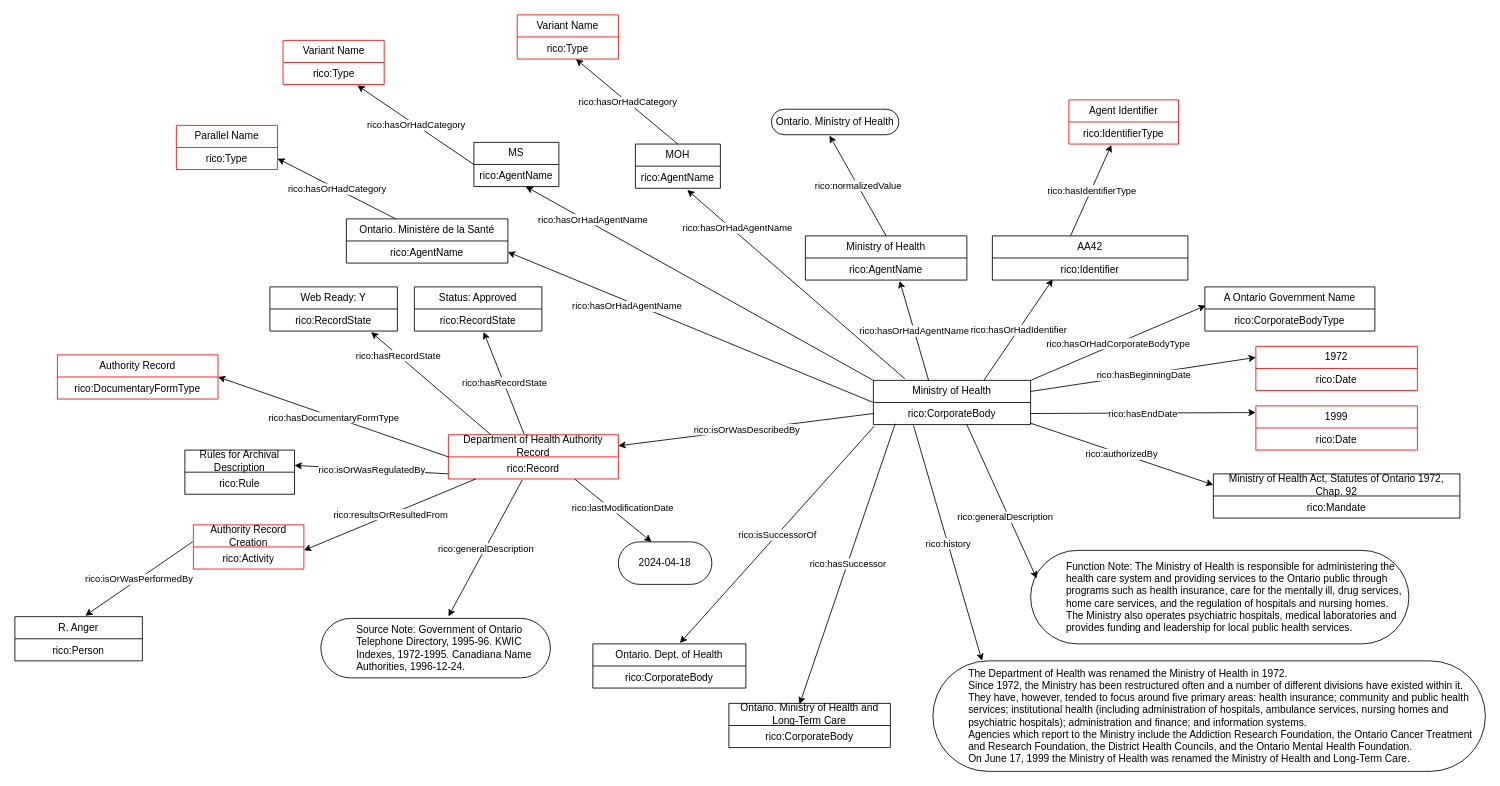
Above: gbad/AA/42/AA42 Ministry of Health.drawio in williamsonrichard/records_in_contexts_draw_io_parser (draw.io), before the change. Source tidied: cells renumbered, new cells numbered last; positions are measured from the earlier drawing's top-left corner, leaving out a move shared by most shapes. Both pictures are drawn from the tidied source at 85%, with x=0, y=0 at pixel (14, 14).
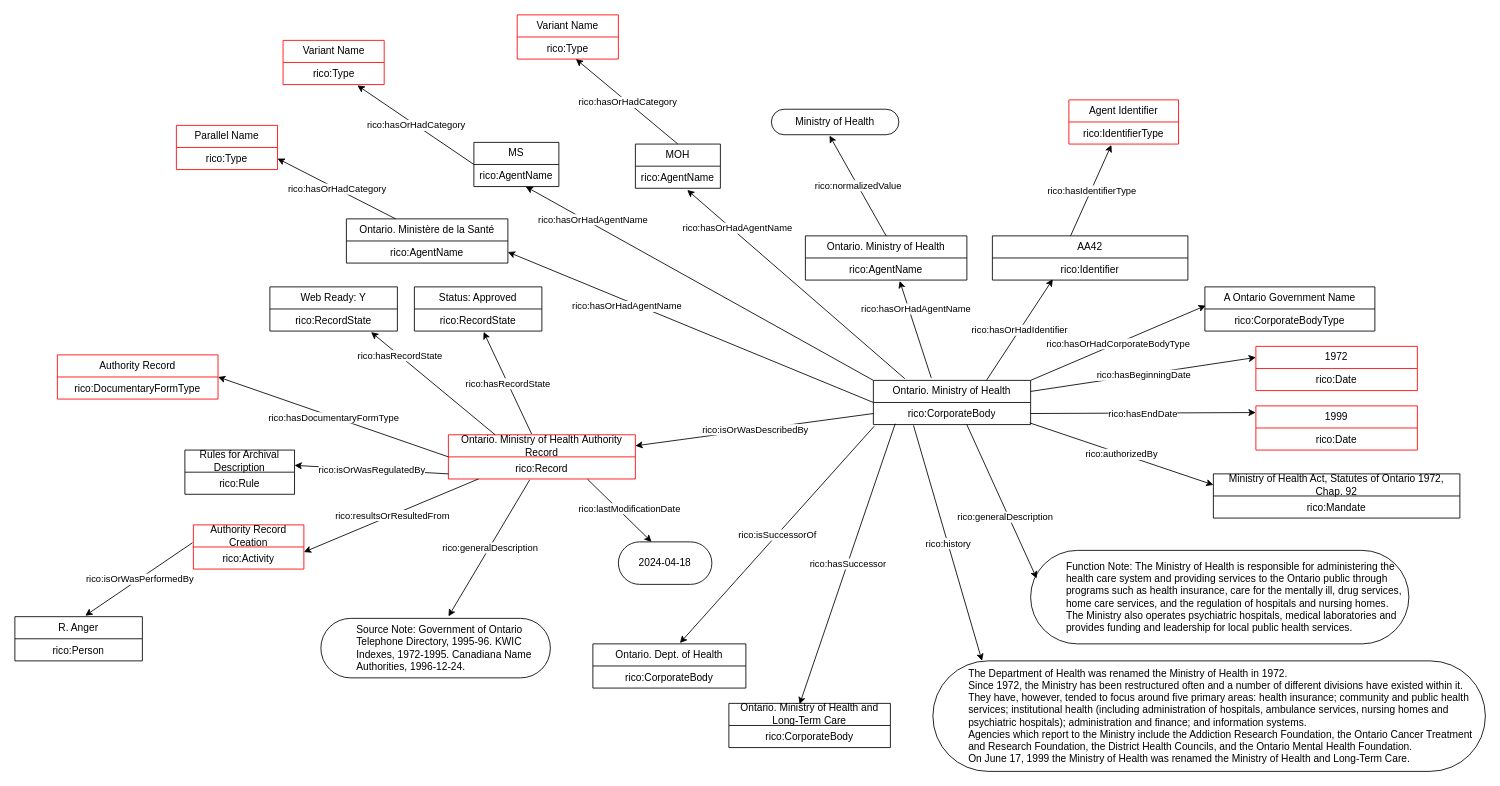
Above is the later version.

The change refers to these unchanged cells:
```xml
<mxCell id="6" value="rico:Identifier&lt;div&gt;&lt;br&gt;&lt;/div&gt;" style="text;strokeColor=none;fillColor=none;align=center;verticalAlign=top;spacingLeft=4;spacingRight=4;overflow=hidden;points=[[0,0.5],[1,0.5]];portConstraint=eastwest;whiteSpace=wrap;html=1;" parent="5" vertex="1">
  <mxGeometry y="26" width="230" height="26" as="geometry" />
</mxCell>
<mxCell id="14" value="rico:AgentName&lt;div&gt;&lt;br&gt;&lt;/div&gt;" style="text;strokeColor=none;fillColor=none;align=center;verticalAlign=top;spacingLeft=4;spacingRight=4;overflow=hidden;points=[[0,0.5],[1,0.5]];portConstraint=eastwest;whiteSpace=wrap;html=1;" parent="13" vertex="1">
  <mxGeometry y="26" width="190" height="26" as="geometry" />
</mxCell>
<mxCell id="42" value="Rules for Archival Description" style="swimlane;fontStyle=0;horizontal=1;startSize=26;fillColor=none;whiteSpace=wrap;html=1;" parent="1" vertex="1">
  <mxGeometry x="200" y="512" width="129" height="52" as="geometry" />
</mxCell>
<mxCell id="47" value="rico:Activity" style="text;strokeColor=none;fillColor=none;align=center;verticalAlign=top;spacingLeft=4;spacingRight=4;overflow=hidden;points=[[0,0.5],[1,0.5]];portConstraint=eastwest;whiteSpace=wrap;html=1;" parent="46" vertex="1">
  <mxGeometry y="26" width="130" height="26" as="geometry" />
</mxCell>
<mxCell id="50" value="R. Anger" style="swimlane;fontStyle=0;horizontal=1;startSize=26;fillColor=none;whiteSpace=wrap;html=1;" parent="1" vertex="1">
  <mxGeometry y="708" width="150" height="52" as="geometry" />
</mxCell>
```

What changed in the source:
```diff
@@
-    <mxCell id="4" value="Ontario. Ministry of Health" style="html=1;whiteSpace=wrap;rounded=1;arcSize=50;strokeColor=#000000;" parent="1" vertex="1">
+    <mxCell id="4" value="Ministry of Health" style="html=1;whiteSpace=wrap;rounded=1;arcSize=50;strokeColor=#000000;" parent="1" vertex="1">
       <mxGeometry x="890" y="111" width="150" height="30" as="geometry" />
     </mxCell>
@@
-    <mxCell id="7" style="endArrow=classic;html=1;rounded=0;entryX=0.309;entryY=0.962;entryDx=0;entryDy=0;entryPerimeter=0;" parent="1" edge="1" target="6">
-      <mxGeometry relative="1" as="geometry">
-        <mxPoint x="1140" y="430" as="sourcePoint" />
-      </mxGeometry>
+    <mxCell id="7" style="endArrow=classic;html=1;rounded=0;entryX=0.309;entryY=0.962;entryDx=0;entryDy=0;entryPerimeter=0;exitX=0.719;exitY=0;exitDx=0;exitDy=0;exitPerimeter=0;" parent="1" edge="1" source="66" target="6">
+      <mxGeometry relative="1" as="geometry" />
     </mxCell>
@@
-    <mxCell id="13" value="Ministry of Health" style="swimlane;fontStyle=0;horizontal=1;startSize=26;fillColor=none;whiteSpace=wrap;html=1;strokeColor=#000000;" parent="1" vertex="1">
+    <mxCell id="13" value="Ontario. Ministry of Health" style="swimlane;fontStyle=0;horizontal=1;startSize=26;fillColor=none;whiteSpace=wrap;html=1;strokeColor=#000000;" parent="1" vertex="1">
       <mxGeometry x="930" y="260" width="190" height="52" as="geometry" />
     </mxCell>
@@
-    <mxCell id="15" style="endArrow=classic;html=1;rounded=0;exitX=0.25;exitY=0;exitDx=0;exitDy=0;entryX=0.584;entryY=1.038;entryDx=0;entryDy=0;entryPerimeter=0;" parent="1" edge="1" target="14">
-      <mxGeometry relative="1" as="geometry">
-        <mxPoint x="1075" y="430" as="sourcePoint" />
-      </mxGeometry>
+    <mxCell id="15" style="endArrow=classic;html=1;rounded=0;entryX=0.584;entryY=1.038;entryDx=0;entryDy=0;entryPerimeter=0;exitX=0.368;exitY=-0.058;exitDx=0;exitDy=0;exitPerimeter=0;" parent="1" edge="1" source="66" target="14">
+      <mxGeometry relative="1" as="geometry" />
     </mxCell>
     <mxCell id="16" value="rico:hasOrHadAgentName" style="edgeLabel;html=1;align=center;verticalAlign=middle;" parent="15" vertex="1">
-      <mxGeometry relative="1" as="geometry" />
+      <mxGeometry relative="1" as="geometry">
+        <mxPoint y="-24" as="offset" />
+      </mxGeometry>
     </mxCell>
@@
-    <mxCell id="32" value="Department of Health Authority Record" style="swimlane;fontStyle=0;horizontal=1;startSize=26;fillColor=none;whiteSpace=wrap;html=1;strokeColor=#FF0000;" parent="1" vertex="1">
-      <mxGeometry x="510" y="494" width="200" height="52" as="geometry" />
+    <mxCell id="32" value="Ontario. Ministry of Health&amp;nbsp;Authority Record" style="swimlane;fontStyle=0;horizontal=1;startSize=26;fillColor=none;whiteSpace=wrap;html=1;strokeColor=#FF0000;" parent="1" vertex="1">
+      <mxGeometry x="510" y="494" width="220" height="52" as="geometry" />
     </mxCell>
     <mxCell id="33" value="rico:Record" style="text;strokeColor=none;fillColor=none;align=center;verticalAlign=top;spacingLeft=4;spacingRight=4;overflow=hidden;points=[[0,0.5],[1,0.5]];portConstraint=eastwest;whiteSpace=wrap;html=1;" parent="32" vertex="1">
-      <mxGeometry y="26" width="200" height="26" as="geometry" />
+      <mxGeometry y="26" width="220" height="26" as="geometry" />
     </mxCell>
@@
-    <mxCell id="40" style="endArrow=classic;html=1;rounded=0;exitX=0;exitY=0.769;exitDx=0;exitDy=0;exitPerimeter=0;" parent="1" edge="1" source="33">
-      <mxGeometry relative="1" as="geometry">
-        <mxPoint x="329" y="530" as="targetPoint" />
-      </mxGeometry>
+    <mxCell id="40" style="endArrow=classic;html=1;rounded=0;exitX=0;exitY=0.769;exitDx=0;exitDy=0;exitPerimeter=0;entryX=1;entryY=0.346;entryDx=0;entryDy=0;entryPerimeter=0;" parent="1" edge="1" source="33" target="42">
+      <mxGeometry relative="1" as="geometry" />
     </mxCell>
@@
-    <mxCell id="44" style="endArrow=classic;html=1;rounded=0;exitX=0.161;exitY=1;exitDx=0;exitDy=0;exitPerimeter=0;" parent="1" edge="1" source="33">
-      <mxGeometry relative="1" as="geometry">
-        <mxPoint x="340" y="630" as="targetPoint" />
-      </mxGeometry>
+    <mxCell id="44" style="endArrow=classic;html=1;rounded=0;exitX=0.161;exitY=1;exitDx=0;exitDy=0;exitPerimeter=0;entryX=1;entryY=0.231;entryDx=0;entryDy=0;entryPerimeter=0;" parent="1" edge="1" source="33" target="47">
+      <mxGeometry relative="1" as="geometry" />
     </mxCell>
@@
-    <mxCell id="48" style="endArrow=classic;html=1;rounded=0;entryX=0.552;entryY=-0.022;entryDx=0;entryDy=0;entryPerimeter=0;" parent="1" edge="1" target="50">
-      <mxGeometry relative="1" as="geometry">
-        <mxPoint x="209" y="620" as="sourcePoint" />
-      </mxGeometry>
+    <mxCell id="48" style="endArrow=classic;html=1;rounded=0;entryX=0.552;entryY=-0.022;entryDx=0;entryDy=0;entryPerimeter=0;exitX=-0.008;exitY=-0.192;exitDx=0;exitDy=0;exitPerimeter=0;" parent="1" edge="1" source="47" target="50">
+      <mxGeometry relative="1" as="geometry" />
     </mxCell>
@@
-    <mxCell id="66" value="Ministry of Health" style="swimlane;fontStyle=0;horizontal=1;startSize=26;fillColor=none;whiteSpace=wrap;html=1;" parent="1" vertex="1">
+    <mxCell id="66" value="Ontario. Ministry of Health" style="swimlane;fontStyle=0;horizontal=1;startSize=26;fillColor=none;whiteSpace=wrap;html=1;" parent="1" vertex="1">
       <mxGeometry x="1010" y="430" width="185" height="52" as="geometry" />
     </mxCell>
```
